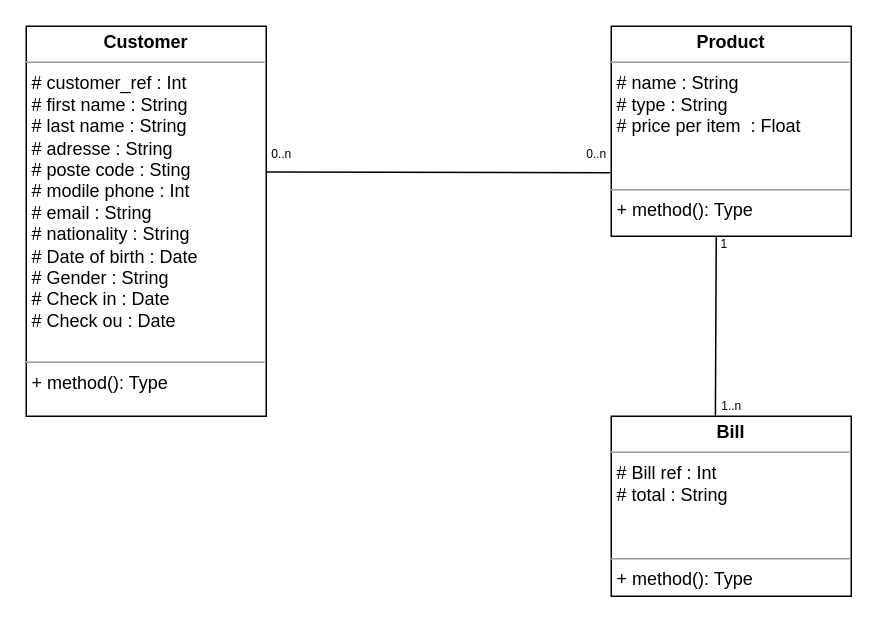
Earlier version of the draw.io diagram Untitled Diagram.drawio (nwara01/BillingSys). Source tidied: cells renumbered, new cells numbered last; positions are measured from the earlier drawing's top-left corner, leaving out a move shared by most shapes. Both pictures are drawn from the tidied source at 150%, with x=0, y=0 at pixel (26, 26).
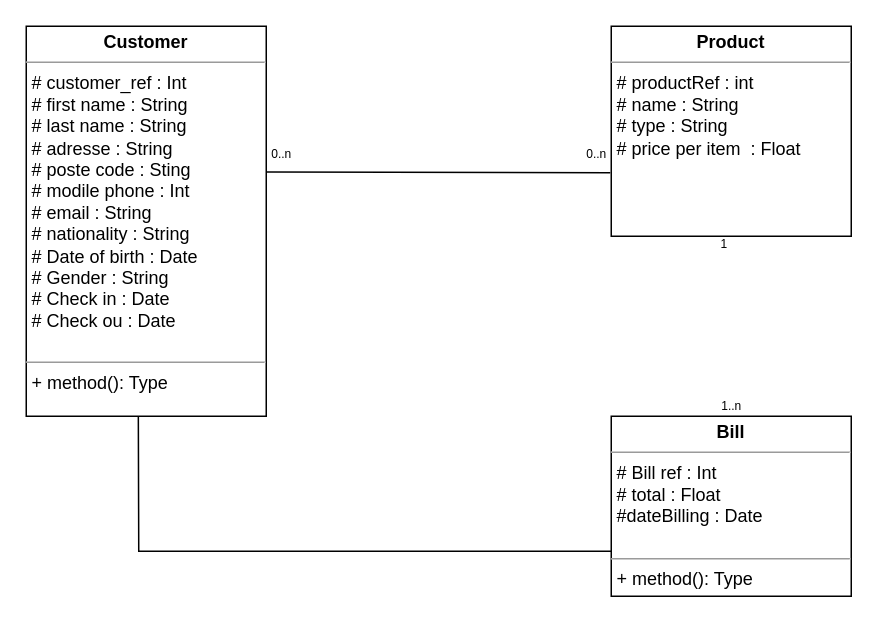
After the change.

Change to the diagram source:
```diff
@@
 <mxGraphModel>
   <root>
     <mxCell id="0" />
     <mxCell id="1" parent="0" />
     <mxCell id="2" value="&lt;p style=&quot;margin:0px;margin-top:4px;text-align:center;&quot;&gt;&lt;b&gt;Customer&lt;/b&gt;&lt;/p&gt;&lt;hr size=&quot;1&quot;&gt;&lt;p style=&quot;margin:0px;margin-left:4px;&quot;&gt;# customer_ref : Int&lt;/p&gt;&lt;p style=&quot;margin:0px;margin-left:4px;&quot;&gt;# first name : String&lt;/p&gt;&lt;p style=&quot;margin:0px;margin-left:4px;&quot;&gt;# last name : String&lt;/p&gt;&lt;p style=&quot;margin:0px;margin-left:4px;&quot;&gt;# adresse : String&lt;/p&gt;&lt;p style=&quot;margin:0px;margin-left:4px;&quot;&gt;# poste code : Sting&lt;/p&gt;&lt;p style=&quot;margin:0px;margin-left:4px;&quot;&gt;# modile phone : Int&lt;/p&gt;&lt;p style=&quot;margin:0px;margin-left:4px;&quot;&gt;&lt;span style=&quot;background-color: initial;&quot;&gt;# email : String&lt;/span&gt;&lt;/p&gt;&lt;p style=&quot;margin:0px;margin-left:4px;&quot;&gt;# nationality : String&lt;/p&gt;&lt;p style=&quot;margin:0px;margin-left:4px;&quot;&gt;# Date of birth : Date&lt;/p&gt;&lt;p style=&quot;margin:0px;margin-left:4px;&quot;&gt;# Gender : String&lt;/p&gt;&lt;p style=&quot;margin:0px;margin-left:4px;&quot;&gt;# Check in : Date&lt;/p&gt;&lt;p style=&quot;margin:0px;margin-left:4px;&quot;&gt;# Check ou : Date&lt;/p&gt;&lt;p style=&quot;margin:0px;margin-left:4px;&quot;&gt;&lt;br&gt;&lt;/p&gt;&lt;hr size=&quot;1&quot;&gt;&lt;p style=&quot;margin:0px;margin-left:4px;&quot;&gt;+ method(): Type&lt;/p&gt;" style="verticalAlign=top;align=left;overflow=fill;fontSize=12;fontFamily=Helvetica;html=1;whiteSpace=wrap;" parent="1" vertex="1">
       <mxGeometry width="160" height="260" as="geometry" />
     </mxCell>
-    <mxCell id="3" value="&lt;p style=&quot;margin:0px;margin-top:4px;text-align:center;&quot;&gt;&lt;b&gt;Product&lt;/b&gt;&lt;/p&gt;&lt;hr size=&quot;1&quot;&gt;&lt;p style=&quot;margin:0px;margin-left:4px;&quot;&gt;# name : String&lt;/p&gt;&lt;p style=&quot;margin:0px;margin-left:4px;&quot;&gt;# type : String&lt;/p&gt;&lt;p style=&quot;margin:0px;margin-left:4px;&quot;&gt;# price per item&amp;nbsp; : Float&lt;/p&gt;&lt;p style=&quot;margin:0px;margin-left:4px;&quot;&gt;&lt;br&gt;&lt;/p&gt;&lt;p style=&quot;margin:0px;margin-left:4px;&quot;&gt;&lt;br&gt;&lt;/p&gt;&lt;hr size=&quot;1&quot;&gt;&lt;p style=&quot;margin:0px;margin-left:4px;&quot;&gt;+ method(): Type&lt;/p&gt;" style="verticalAlign=top;align=left;overflow=fill;fontSize=12;fontFamily=Helvetica;html=1;whiteSpace=wrap;" parent="1" vertex="1">
+    <mxCell id="3" value="&lt;p style=&quot;margin:0px;margin-top:4px;text-align:center;&quot;&gt;&lt;b&gt;Product&lt;/b&gt;&lt;/p&gt;&lt;hr size=&quot;1&quot;&gt;&lt;p style=&quot;margin:0px;margin-left:4px;&quot;&gt;# productRef : int&lt;/p&gt;&lt;p style=&quot;margin:0px;margin-left:4px;&quot;&gt;# name : String&lt;/p&gt;&lt;p style=&quot;margin:0px;margin-left:4px;&quot;&gt;# type : String&lt;/p&gt;&lt;p style=&quot;margin:0px;margin-left:4px;&quot;&gt;# price per item&amp;nbsp; : Float&lt;/p&gt;&lt;p style=&quot;margin:0px;margin-left:4px;&quot;&gt;&lt;br&gt;&lt;/p&gt;&lt;p style=&quot;margin:0px;margin-left:4px;&quot;&gt;&lt;br&gt;&lt;/p&gt;" style="verticalAlign=top;align=left;overflow=fill;fontSize=12;fontFamily=Helvetica;html=1;whiteSpace=wrap;" parent="1" vertex="1">
       <mxGeometry x="390" width="160" height="140" as="geometry" />
     </mxCell>
-    <mxCell id="4" value="&lt;p style=&quot;margin:0px;margin-top:4px;text-align:center;&quot;&gt;&lt;b&gt;Bill&lt;/b&gt;&lt;/p&gt;&lt;hr size=&quot;1&quot;&gt;&lt;p style=&quot;margin:0px;margin-left:4px;&quot;&gt;# Bill ref : Int&lt;/p&gt;&lt;p style=&quot;margin:0px;margin-left:4px;&quot;&gt;# total : String&lt;/p&gt;&lt;p style=&quot;margin:0px;margin-left:4px;&quot;&gt;&lt;br&gt;&lt;/p&gt;&lt;p style=&quot;margin:0px;margin-left:4px;&quot;&gt;&lt;br&gt;&lt;/p&gt;&lt;hr size=&quot;1&quot;&gt;&lt;p style=&quot;margin:0px;margin-left:4px;&quot;&gt;+ method(): Type&lt;/p&gt;" style="verticalAlign=top;align=left;overflow=fill;fontSize=12;fontFamily=Helvetica;html=1;whiteSpace=wrap;" parent="1" vertex="1">
+    <mxCell id="4" value="&lt;p style=&quot;margin:0px;margin-top:4px;text-align:center;&quot;&gt;&lt;b&gt;Bill&lt;/b&gt;&lt;/p&gt;&lt;hr size=&quot;1&quot;&gt;&lt;p style=&quot;margin:0px;margin-left:4px;&quot;&gt;# Bill ref : Int&lt;/p&gt;&lt;p style=&quot;margin:0px;margin-left:4px;&quot;&gt;# total : Float&lt;/p&gt;&lt;p style=&quot;margin:0px;margin-left:4px;&quot;&gt;#dateBilling : Date&lt;/p&gt;&lt;p style=&quot;margin:0px;margin-left:4px;&quot;&gt;&lt;br&gt;&lt;/p&gt;&lt;hr size=&quot;1&quot;&gt;&lt;p style=&quot;margin:0px;margin-left:4px;&quot;&gt;+ method(): Type&lt;/p&gt;" style="verticalAlign=top;align=left;overflow=fill;fontSize=12;fontFamily=Helvetica;html=1;whiteSpace=wrap;" parent="1" vertex="1">
       <mxGeometry x="390" y="260" width="160" height="120" as="geometry" />
     </mxCell>
     <mxCell id="5" style="endArrow=none;html=1;rounded=0;exitX=1.003;exitY=0.374;exitDx=0;exitDy=0;exitPerimeter=0;entryX=-0.004;entryY=0.698;entryDx=0;entryDy=0;entryPerimeter=0;" parent="1" edge="1" source="2" target="3">
       <mxGeometry relative="1" as="geometry" />
     </mxCell>
     <mxCell id="6" value="0..n" style="text;html=1;align=center;verticalAlign=middle;strokeColor=none;fillColor=none;fontSize=8;" parent="1" vertex="1">
       <mxGeometry x="150" y="75" width="40" height="20" as="geometry" />
     </mxCell>
     <mxCell id="7" value="0..n" style="text;html=1;align=center;verticalAlign=middle;strokeColor=none;fillColor=none;fontSize=8;" parent="1" vertex="1">
       <mxGeometry x="360" y="75" width="40" height="20" as="geometry" />
     </mxCell>
-    <mxCell id="8" style="endArrow=none;html=1;rounded=0;exitX=0.434;exitY=-0.003;exitDx=0;exitDy=0;exitPerimeter=0;" parent="1" edge="1" source="4">
+    <mxCell id="8" style="endArrow=none;html=1;rounded=0;exitX=0;exitY=0.75;exitDx=0;exitDy=0;entryX=0.467;entryY=1.001;entryDx=0;entryDy=0;entryPerimeter=0;" parent="1" edge="1" source="4" target="2">
       <mxGeometry relative="1" as="geometry">
-        <mxPoint x="460" y="140" as="targetPoint" />
+        <Array as="points">
+          <mxPoint x="75" y="350" />
+        </Array>
       </mxGeometry>
     </mxCell>
     <mxCell id="9" value="1" style="text;html=1;align=center;verticalAlign=middle;strokeColor=none;fillColor=none;strokeWidth=1;fontSize=8;" parent="1" vertex="1">
       <mxGeometry x="450" y="135" width="30" height="20" as="geometry" />
     </mxCell>
     <mxCell id="10" value="1..n" style="text;html=1;align=center;verticalAlign=middle;strokeColor=none;fillColor=none;fontSize=8;" parent="1" vertex="1">
       <mxGeometry x="450" y="243" width="40" height="20" as="geometry" />
     </mxCell>
   </root>
 </mxGraphModel>
```
